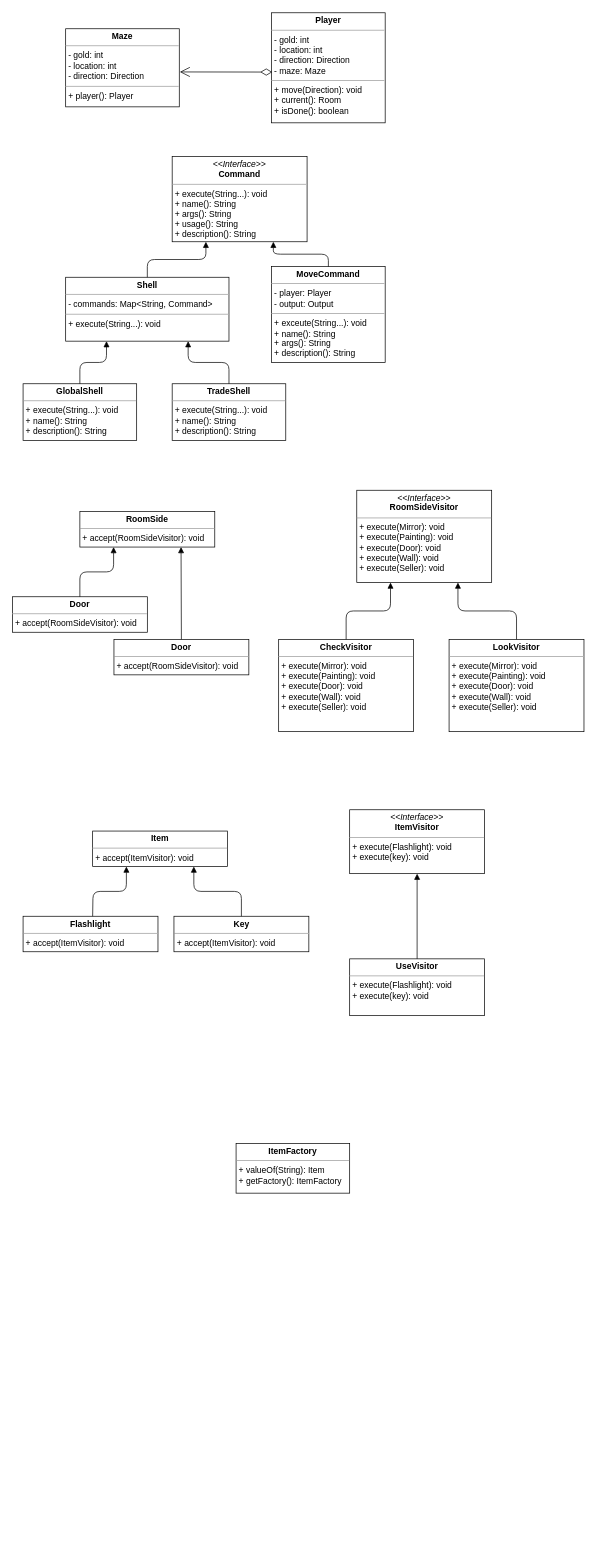
Above: Report/dp.drawio in MohammadShakhatreh/wn-server (draw.io), before the change. Source tidied: cells renumbered, new cells numbered last; positions are measured from the earlier drawing's top-left corner, leaving out a move shared by most shapes. Both pictures are drawn from the tidied source at 71%, with x=0, y=0 at pixel (12, 13).
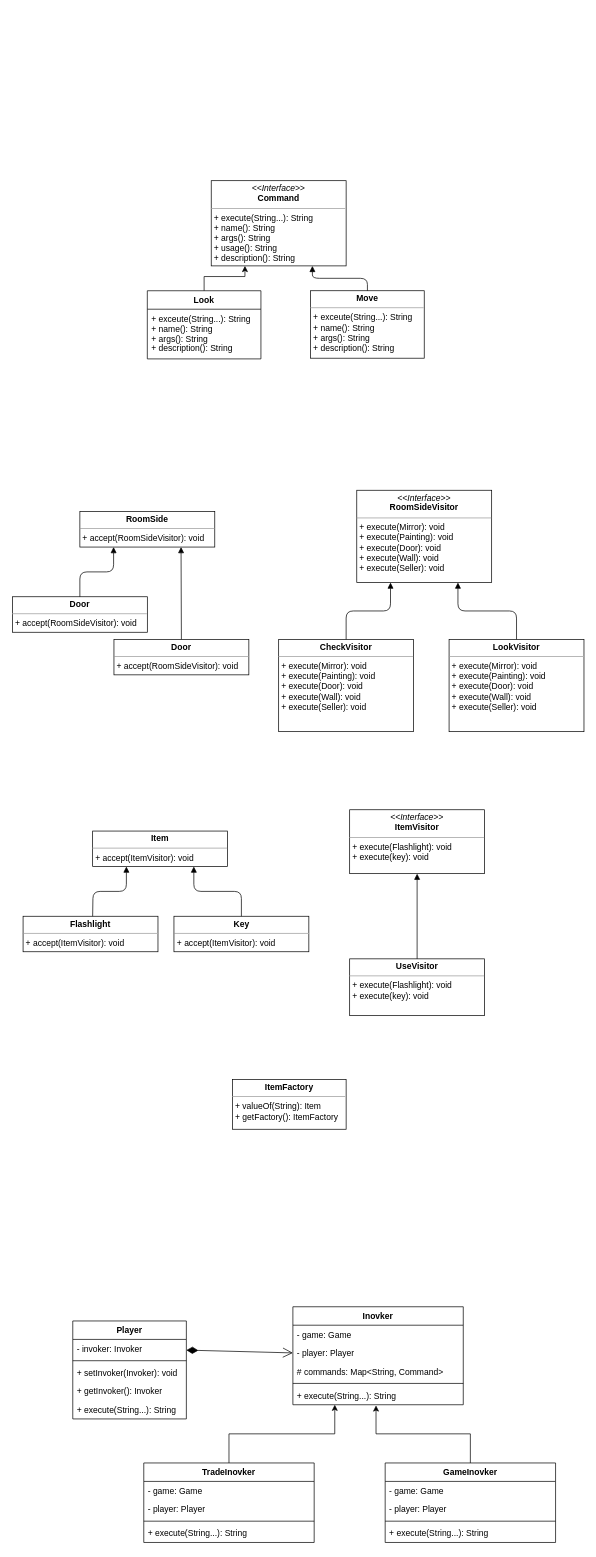
The same page after the edit.

Commit message (it also covers changes not shown here):
Edit the report and prevent players from joining after the game starts

Change to the diagram source:
```diff
@@
-    <mxCell id="2" value="&lt;p style=&quot;margin: 0px ; margin-top: 4px ; text-align: center&quot;&gt;&lt;b&gt;Maze&lt;/b&gt;&lt;/p&gt;&lt;hr size=&quot;1&quot;&gt;&lt;p style=&quot;margin: 0px ; margin-left: 4px&quot;&gt;- gold: int&lt;/p&gt;&lt;p style=&quot;margin: 0px ; margin-left: 4px&quot;&gt;- location: int&lt;/p&gt;&lt;p style=&quot;margin: 0px ; margin-left: 4px&quot;&gt;- direction: Direction&lt;/p&gt;&lt;hr size=&quot;1&quot;&gt;&lt;p style=&quot;margin: 0px ; margin-left: 4px&quot;&gt;+ player(): Player&lt;/p&gt;" style="verticalAlign=top;align=left;overflow=fill;fontSize=12;fontFamily=Helvetica;html=1;" parent="1" vertex="1">
-      <mxGeometry x="75" y="22" width="160" height="110" as="geometry" />
-    </mxCell>
-    <mxCell id="3" value="&lt;p style=&quot;margin: 0px ; margin-top: 4px ; text-align: center&quot;&gt;&lt;b&gt;Player&lt;/b&gt;&lt;/p&gt;&lt;hr size=&quot;1&quot;&gt;&lt;p style=&quot;margin: 0px 0px 0px 4px&quot;&gt;- gold: int&lt;/p&gt;&lt;p style=&quot;margin: 0px 0px 0px 4px&quot;&gt;- location: int&lt;/p&gt;&lt;p style=&quot;margin: 0px 0px 0px 4px&quot;&gt;- direction: Direction&lt;/p&gt;&lt;p style=&quot;margin: 0px 0px 0px 4px&quot;&gt;- maze: Maze&lt;/p&gt;&lt;hr size=&quot;1&quot;&gt;&lt;p style=&quot;margin: 0px ; margin-left: 4px&quot;&gt;+ move(Direction): void&lt;/p&gt;&lt;p style=&quot;margin: 0px ; margin-left: 4px&quot;&gt;+ current(): Room&lt;/p&gt;&lt;p style=&quot;margin: 0px ; margin-left: 4px&quot;&gt;+ isDone(): boolean&lt;/p&gt;" style="verticalAlign=top;align=left;overflow=fill;fontSize=12;fontFamily=Helvetica;html=1;" parent="1" vertex="1">
-      <mxGeometry x="365" y="-0.5" width="160" height="155" as="geometry" />
-    </mxCell>
-    <mxCell id="4" style="endArrow=open;html=1;endSize=12;startArrow=diamondThin;startSize=14;startFill=0;align=left;verticalAlign=bottom;entryX=1.005;entryY=0.553;entryDx=0;entryDy=0;entryPerimeter=0;" parent="1" edge="1" target="2">
-      <mxGeometry x="-1" y="3" relative="1" as="geometry">
-        <mxPoint x="366" y="83" as="sourcePoint" />
-      </mxGeometry>
-    </mxCell>
-    <mxCell id="5" value="&lt;p style=&quot;margin: 0px ; margin-top: 4px ; text-align: center&quot;&gt;&lt;i&gt;&amp;lt;&amp;lt;Interface&amp;gt;&amp;gt;&lt;/i&gt;&lt;br&gt;&lt;b&gt;Command&lt;/b&gt;&lt;/p&gt;&lt;hr size=&quot;1&quot;&gt;&lt;p style=&quot;margin: 0px ; margin-left: 4px&quot;&gt;+ execute(String...): void&amp;nbsp;&lt;br&gt;+ name(): String&lt;/p&gt;&lt;p style=&quot;margin: 0px ; margin-left: 4px&quot;&gt;+ args(): String&lt;br&gt;&lt;/p&gt;&lt;p style=&quot;margin: 0px ; margin-left: 4px&quot;&gt;+ usage(): String&lt;br&gt;&lt;/p&gt;&lt;p style=&quot;margin: 0px ; margin-left: 4px&quot;&gt;+ description(): String&lt;/p&gt;" style="verticalAlign=top;align=left;overflow=fill;fontSize=12;fontFamily=Helvetica;html=1;" parent="1" vertex="1">
-      <mxGeometry x="225" y="202" width="190" height="120" as="geometry" />
+    <mxCell id="5" value="&lt;p style=&quot;margin: 0px ; margin-top: 4px ; text-align: center&quot;&gt;&lt;i&gt;&amp;lt;&amp;lt;Interface&amp;gt;&amp;gt;&lt;/i&gt;&lt;br&gt;&lt;b&gt;Command&lt;/b&gt;&lt;/p&gt;&lt;hr size=&quot;1&quot;&gt;&lt;p style=&quot;margin: 0px ; margin-left: 4px&quot;&gt;+ execute(String...): String&lt;br&gt;+ name(): String&lt;/p&gt;&lt;p style=&quot;margin: 0px ; margin-left: 4px&quot;&gt;+ args(): String&lt;br&gt;&lt;/p&gt;&lt;p style=&quot;margin: 0px ; margin-left: 4px&quot;&gt;+ usage(): String&lt;br&gt;&lt;/p&gt;&lt;p style=&quot;margin: 0px ; margin-left: 4px&quot;&gt;+ description(): String&lt;/p&gt;" style="verticalAlign=top;align=left;overflow=fill;fontSize=12;fontFamily=Helvetica;html=1;" parent="1" vertex="1">
+      <mxGeometry x="280" y="236" width="190" height="120" as="geometry" />
     </mxCell>
-    <mxCell id="6" value="&lt;p style=&quot;margin: 0px ; margin-top: 4px ; text-align: center&quot;&gt;&lt;b&gt;Shell&lt;/b&gt;&lt;/p&gt;&lt;hr size=&quot;1&quot;&gt;&lt;p style=&quot;margin: 0px ; margin-left: 4px&quot;&gt;- commands: Map&amp;lt;String, Command&amp;gt;&lt;/p&gt;&lt;hr size=&quot;1&quot;&gt;&lt;p style=&quot;margin: 0px ; margin-left: 4px&quot;&gt;+ execute(String...): void&lt;/p&gt;" style="verticalAlign=top;align=left;overflow=fill;fontSize=12;fontFamily=Helvetica;html=1;" parent="1" vertex="1">
-      <mxGeometry x="75" y="372" width="230" height="90" as="geometry" />
-    </mxCell>
-    <mxCell id="7" style="endArrow=block;endFill=1;html=1;edgeStyle=orthogonalEdgeStyle;align=left;verticalAlign=top;entryX=0.25;entryY=1;entryDx=0;entryDy=0;" parent="1" edge="1" source="6" target="5">
-      <mxGeometry x="-1" relative="1" as="geometry" />
-    </mxCell>
-    <mxCell id="8" style="html=1;align=left;verticalAlign=bottom;labelBackgroundColor=#ffffff;fontSize=10;" parent="7" vertex="1">
-      <mxGeometry x="-1" relative="1" as="geometry" />
-    </mxCell>
-    <mxCell id="9" value="&lt;p style=&quot;margin: 0px ; margin-top: 4px ; text-align: center&quot;&gt;&lt;b&gt;GlobalShell&lt;/b&gt;&lt;/p&gt;&lt;hr size=&quot;1&quot;&gt;&lt;p style=&quot;margin: 0px ; margin-left: 4px&quot;&gt;+ execute(String...): void&lt;/p&gt;&lt;p style=&quot;margin: 0px 0px 0px 4px&quot;&gt;+ name(): String&lt;/p&gt;&lt;p style=&quot;margin: 0px ; margin-left: 4px&quot;&gt;+ description(): String&lt;/p&gt;" style="verticalAlign=top;align=left;overflow=fill;fontSize=12;fontFamily=Helvetica;html=1;" parent="1" vertex="1">
-      <mxGeometry x="15" y="522" width="160" height="80" as="geometry" />
-    </mxCell>
-    <mxCell id="10" style="endArrow=block;endFill=1;html=1;edgeStyle=orthogonalEdgeStyle;align=left;verticalAlign=top;exitX=0.5;exitY=0;exitDx=0;exitDy=0;entryX=0.25;entryY=1;entryDx=0;entryDy=0;" parent="1" edge="1" source="9" target="6">
-      <mxGeometry x="-1" relative="1" as="geometry" />
-    </mxCell>
-    <mxCell id="11" style="html=1;align=left;verticalAlign=bottom;labelBackgroundColor=#ffffff;fontSize=10;" parent="10" vertex="1">
-      <mxGeometry x="-1" relative="1" as="geometry" />
-    </mxCell>
-    <mxCell id="12" style="html=1;align=left;verticalAlign=bottom;labelBackgroundColor=#ffffff;fontSize=10;" parent="10" vertex="1">
-      <mxGeometry x="-1" relative="1" as="geometry">
-        <mxPoint x="205" as="offset" />
-      </mxGeometry>
-    </mxCell>
-    <mxCell id="13" value="&lt;p style=&quot;margin: 0px ; margin-top: 4px ; text-align: center&quot;&gt;&lt;b&gt;MoveCommand&lt;/b&gt;&lt;/p&gt;&lt;hr size=&quot;1&quot;&gt;&lt;p style=&quot;margin: 0px ; margin-left: 4px&quot;&gt;- player: Player&lt;/p&gt;&lt;p style=&quot;margin: 0px ; margin-left: 4px&quot;&gt;- output: Output&lt;/p&gt;&lt;hr size=&quot;1&quot;&gt;&lt;p style=&quot;margin: 0px ; margin-left: 4px&quot;&gt;+ exceute(String...): void&lt;/p&gt;&lt;p style=&quot;margin: 0px 0px 0px 4px&quot;&gt;+ name(): String&lt;/p&gt;&lt;p style=&quot;margin: 0px 0px 0px 4px&quot;&gt;+ args(): String&lt;/p&gt;&lt;p style=&quot;margin: 0px 0px 0px 4px&quot;&gt;+ description(): String&lt;/p&gt;" style="verticalAlign=top;align=left;overflow=fill;fontSize=12;fontFamily=Helvetica;html=1;" parent="1" vertex="1">
-      <mxGeometry x="365" y="357" width="160" height="135" as="geometry" />
+    <mxCell id="13" value="&lt;p style=&quot;margin: 0px ; margin-top: 4px ; text-align: center&quot;&gt;&lt;b&gt;Move&lt;/b&gt;&lt;/p&gt;&lt;hr size=&quot;1&quot;&gt;&lt;p style=&quot;margin: 0px ; margin-left: 4px&quot;&gt;+ exceute(String...): String&lt;/p&gt;&lt;p style=&quot;margin: 0px 0px 0px 4px&quot;&gt;+ name(): String&lt;/p&gt;&lt;p style=&quot;margin: 0px 0px 0px 4px&quot;&gt;+ args(): String&lt;/p&gt;&lt;p style=&quot;margin: 0px 0px 0px 4px&quot;&gt;+ description(): String&lt;/p&gt;" style="verticalAlign=top;align=left;overflow=fill;fontSize=12;fontFamily=Helvetica;html=1;" parent="1" vertex="1">
+      <mxGeometry x="420" y="391" width="160" height="95" as="geometry" />
     </mxCell>
@@
-    <mxCell id="16" value="&lt;p style=&quot;margin: 0px ; margin-top: 4px ; text-align: center&quot;&gt;&lt;b&gt;TradeShell&lt;/b&gt;&lt;/p&gt;&lt;hr size=&quot;1&quot;&gt;&lt;p style=&quot;margin: 0px ; margin-left: 4px&quot;&gt;+ execute(String...): void&lt;/p&gt;&lt;p style=&quot;margin: 0px 0px 0px 4px&quot;&gt;+ name(): String&lt;/p&gt;&lt;p style=&quot;margin: 0px 0px 0px 4px&quot;&gt;+ description(): String&lt;/p&gt;" style="verticalAlign=top;align=left;overflow=fill;fontSize=12;fontFamily=Helvetica;html=1;" parent="1" vertex="1">
-      <mxGeometry x="225" y="522" width="160" height="80" as="geometry" />
-    </mxCell>
-    <mxCell id="17" style="endArrow=block;endFill=1;html=1;edgeStyle=orthogonalEdgeStyle;align=left;verticalAlign=top;exitX=0.5;exitY=0;exitDx=0;exitDy=0;entryX=0.75;entryY=1;entryDx=0;entryDy=0;" parent="1" edge="1" source="16" target="6">
-      <mxGeometry x="-1" relative="1" as="geometry" />
-    </mxCell>
@@
+    <mxCell id="44" value="Look" style="swimlane;fontStyle=1;align=center;verticalAlign=top;horizontal=1;startSize=26;" parent="1" vertex="1">
+      <mxGeometry x="190" y="391" width="160" height="96" as="geometry" />
+    </mxCell>
+    <mxCell id="45" value="+ exceute(String...): String&#10;+ name(): String&#10;+ args(): String&#10;+ description(): String" style="text;strokeColor=none;fillColor=none;align=left;verticalAlign=top;spacingLeft=4;spacingRight=4;overflow=hidden;" parent="44" vertex="1">
+      <mxGeometry y="26" width="160" height="70" as="geometry" />
+    </mxCell>
@@
+    <mxCell id="46" style="edgeStyle=orthogonalEdgeStyle;rounded=0;jettySize=auto;html=1;entryX=0.25;entryY=1;entryDx=0;entryDy=0;" parent="1" edge="1" source="44" target="5">
+      <mxGeometry relative="1" as="geometry" />
+    </mxCell>
@@
     <mxCell id="43" value="&lt;p style=&quot;margin: 0px ; margin-top: 4px ; text-align: center&quot;&gt;&lt;b&gt;ItemFactory&lt;/b&gt;&lt;/p&gt;&lt;hr size=&quot;1&quot;&gt;&lt;p style=&quot;margin: 0px ; margin-left: 4px&quot;&gt;+ valueOf(String): Item&lt;/p&gt;&lt;p style=&quot;margin: 0px ; margin-left: 4px&quot;&gt;+ getFactory(): ItemFactory&lt;/p&gt;" style="verticalAlign=top;align=left;overflow=fill;fontSize=12;fontFamily=Helvetica;html=1;" parent="1" vertex="1">
-      <mxGeometry x="315" y="1592" width="160" height="70" as="geometry" />
+      <mxGeometry x="310" y="1502" width="160" height="70" as="geometry" />
     </mxCell>
+    <mxCell id="47" value="Inovker" style="swimlane;fontStyle=1;align=center;verticalAlign=top;horizontal=1;startSize=26;" parent="1" vertex="1">
+      <mxGeometry x="395" y="1822" width="240" height="138" as="geometry" />
+    </mxCell>
+    <mxCell id="48" value="- game: Game&#10;" style="text;strokeColor=none;fillColor=none;align=left;verticalAlign=top;spacingLeft=4;spacingRight=4;overflow=hidden;" parent="47" vertex="1">
+      <mxGeometry y="26" width="240" height="26" as="geometry" />
+    </mxCell>
+    <mxCell id="49" value="- player: Player" style="text;strokeColor=none;fillColor=none;align=left;verticalAlign=top;spacingLeft=4;spacingRight=4;overflow=hidden;points=[[0,0.5],[1,0.5]];portConstraint=eastwest;" parent="47" vertex="1">
+      <mxGeometry y="52" width="240" height="26" as="geometry" />
+    </mxCell>
+    <mxCell id="50" value="# commands: Map&lt;String, Command&gt;" style="text;strokeColor=none;fillColor=none;align=left;verticalAlign=top;spacingLeft=4;spacingRight=4;overflow=hidden;" parent="47" vertex="1">
+      <mxGeometry y="78" width="240" height="26" as="geometry" />
+    </mxCell>
+    <mxCell id="51" style="line;strokeWidth=1;fillColor=none;align=left;verticalAlign=middle;spacingTop=-1;spacingLeft=3;spacingRight=3;labelPosition=right;" parent="47" vertex="1">
+      <mxGeometry y="104" width="240" height="8" as="geometry" />
+    </mxCell>
+    <mxCell id="52" value="+ execute(String...): String" style="text;strokeColor=none;fillColor=none;align=left;verticalAlign=top;spacingLeft=4;spacingRight=4;overflow=hidden;points=[[0,0.5],[1,0.5]];portConstraint=eastwest;" parent="47" vertex="1">
+      <mxGeometry y="112" width="240" height="26" as="geometry" />
+    </mxCell>
+    <mxCell id="53" style="edgeStyle=orthogonalEdgeStyle;rounded=0;jettySize=auto;html=1;entryX=0.246;entryY=1;entryDx=0;entryDy=0;entryPerimeter=0;" parent="1" edge="1" source="54" target="52">
+      <mxGeometry relative="1" as="geometry" />
+    </mxCell>
+    <mxCell id="54" value="TradeInovker" style="swimlane;fontStyle=1;align=center;verticalAlign=top;horizontal=1;startSize=26;" parent="1" vertex="1">
+      <mxGeometry x="185" y="2042" width="240" height="112" as="geometry" />
+    </mxCell>
+    <mxCell id="55" value="- game: Game&#10;" style="text;strokeColor=none;fillColor=none;align=left;verticalAlign=top;spacingLeft=4;spacingRight=4;overflow=hidden;" parent="54" vertex="1">
+      <mxGeometry y="26" width="240" height="26" as="geometry" />
+    </mxCell>
+    <mxCell id="56" value="- player: Player" style="text;strokeColor=none;fillColor=none;align=left;verticalAlign=top;spacingLeft=4;spacingRight=4;overflow=hidden;" parent="54" vertex="1">
+      <mxGeometry y="52" width="240" height="26" as="geometry" />
+    </mxCell>
+    <mxCell id="57" style="line;strokeWidth=1;fillColor=none;align=left;verticalAlign=middle;spacingTop=-1;spacingLeft=3;spacingRight=3;labelPosition=right;" parent="54" vertex="1">
+      <mxGeometry y="78" width="240" height="8" as="geometry" />
+    </mxCell>
+    <mxCell id="58" value="+ execute(String...): String" style="text;strokeColor=none;fillColor=none;align=left;verticalAlign=top;spacingLeft=4;spacingRight=4;overflow=hidden;" parent="54" vertex="1">
+      <mxGeometry y="86" width="240" height="26" as="geometry" />
+    </mxCell>
+    <mxCell id="59" style="edgeStyle=orthogonalEdgeStyle;rounded=0;jettySize=auto;html=1;entryX=0.488;entryY=1.038;entryDx=0;entryDy=0;entryPerimeter=0;" parent="1" edge="1" source="60" target="52">
+      <mxGeometry relative="1" as="geometry" />
+    </mxCell>
+    <mxCell id="60" value="GameInovker" style="swimlane;fontStyle=1;align=center;verticalAlign=top;horizontal=1;startSize=26;" parent="1" vertex="1">
+      <mxGeometry x="525" y="2042" width="240" height="112" as="geometry" />
+    </mxCell>
+    <mxCell id="61" value="- game: Game&#10;" style="text;strokeColor=none;fillColor=none;align=left;verticalAlign=top;spacingLeft=4;spacingRight=4;overflow=hidden;" parent="60" vertex="1">
+      <mxGeometry y="26" width="240" height="26" as="geometry" />
+    </mxCell>
+    <mxCell id="62" value="- player: Player" style="text;strokeColor=none;fillColor=none;align=left;verticalAlign=top;spacingLeft=4;spacingRight=4;overflow=hidden;" parent="60" vertex="1">
+      <mxGeometry y="52" width="240" height="26" as="geometry" />
+    </mxCell>
+    <mxCell id="63" style="line;strokeWidth=1;fillColor=none;align=left;verticalAlign=middle;spacingTop=-1;spacingLeft=3;spacingRight=3;labelPosition=right;" parent="60" vertex="1">
+      <mxGeometry y="78" width="240" height="8" as="geometry" />
+    </mxCell>
+    <mxCell id="64" value="+ execute(String...): String" style="text;strokeColor=none;fillColor=none;align=left;verticalAlign=top;spacingLeft=4;spacingRight=4;overflow=hidden;" parent="60" vertex="1">
+      <mxGeometry y="86" width="240" height="26" as="geometry" />
+    </mxCell>
+    <mxCell id="65" style="endArrow=open;html=1;endSize=12;startArrow=diamondThin;startSize=14;startFill=1;align=left;verticalAlign=bottom;entryX=0;entryY=0.5;entryDx=0;entryDy=0;" parent="1" edge="1" source="67" target="49">
+      <mxGeometry x="-0.49" y="40" relative="1" as="geometry" />
+    </mxCell>
+    <mxCell id="66" value="Player" style="swimlane;fontStyle=1;align=center;verticalAlign=top;horizontal=1;startSize=26;" parent="1" vertex="1">
+      <mxGeometry x="85" y="1842" width="160" height="138" as="geometry" />
+    </mxCell>
+    <mxCell id="67" value="- invoker: Invoker" style="text;strokeColor=none;fillColor=none;align=left;verticalAlign=top;spacingLeft=4;spacingRight=4;overflow=hidden;points=[[0,0.5],[1,0.5]];portConstraint=eastwest;" parent="66" vertex="1">
+      <mxGeometry y="26" width="160" height="26" as="geometry" />
+    </mxCell>
+    <mxCell id="68" style="line;strokeWidth=1;fillColor=none;align=left;verticalAlign=middle;spacingTop=-1;spacingLeft=3;spacingRight=3;labelPosition=right;" parent="66" vertex="1">
+      <mxGeometry y="52" width="160" height="8" as="geometry" />
+    </mxCell>
+    <mxCell id="69" value="+ setInvoker(Invoker): void" style="text;strokeColor=none;fillColor=none;align=left;verticalAlign=top;spacingLeft=4;spacingRight=4;overflow=hidden;" parent="66" vertex="1">
+      <mxGeometry y="60" width="160" height="26" as="geometry" />
+    </mxCell>
+    <mxCell id="70" value="+ getInvoker(): Invoker&#10;" style="text;strokeColor=none;fillColor=none;align=left;verticalAlign=top;spacingLeft=4;spacingRight=4;overflow=hidden;" parent="66" vertex="1">
+      <mxGeometry y="86" width="160" height="26" as="geometry" />
+    </mxCell>
+    <mxCell id="71" value="+ execute(String...): String" style="text;strokeColor=none;fillColor=none;align=left;verticalAlign=top;spacingLeft=4;spacingRight=4;overflow=hidden;" parent="66" vertex="1">
+      <mxGeometry y="112" width="160" height="26" as="geometry" />
+    </mxCell>
```
